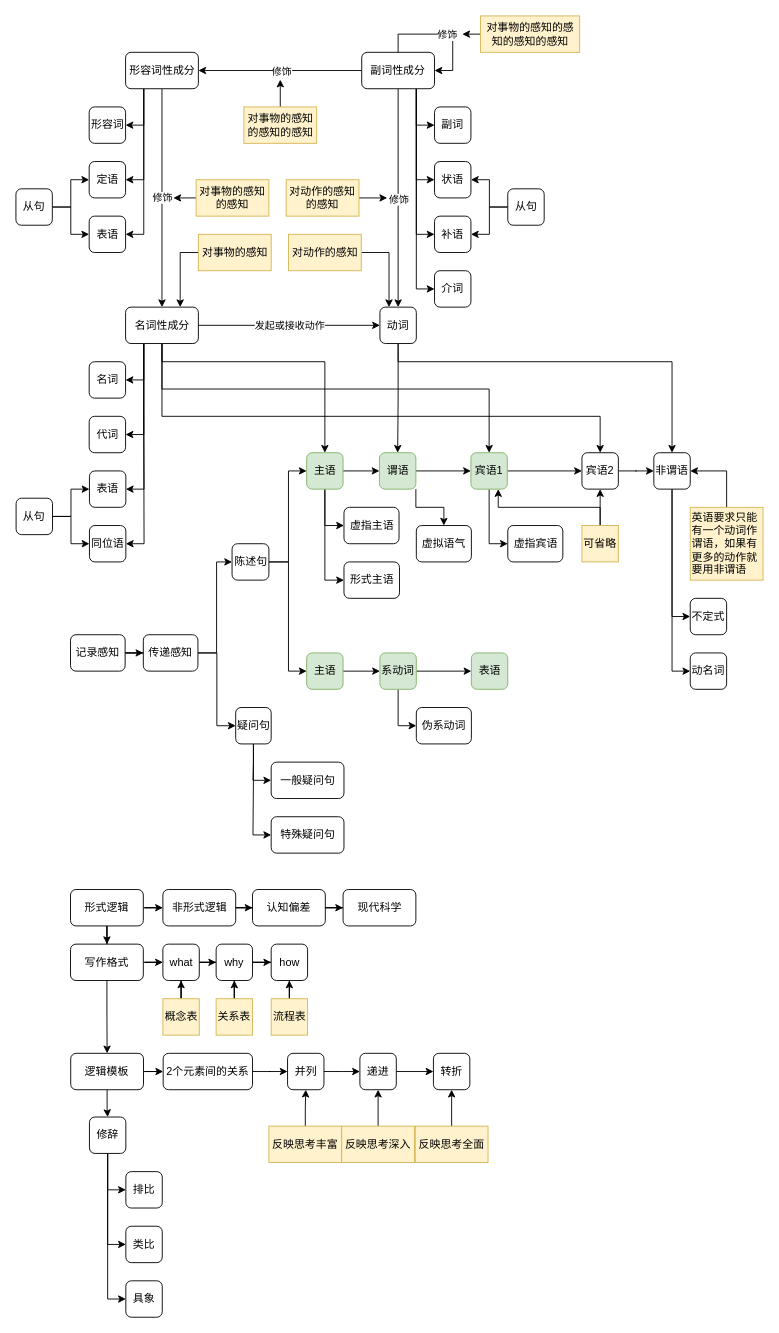
yanhanfrontend/draw.io.workspace keeps this draw.io diagram as 语言文字.drawio. Above is the earlier version. Source tidied: cells renumbered, new cells numbered last; positions are measured from the earlier drawing's top-left corner, leaving out a move shared by most shapes. Both pictures are drawn from the tidied source at 91%, with x=0, y=0 at pixel (15, 15).
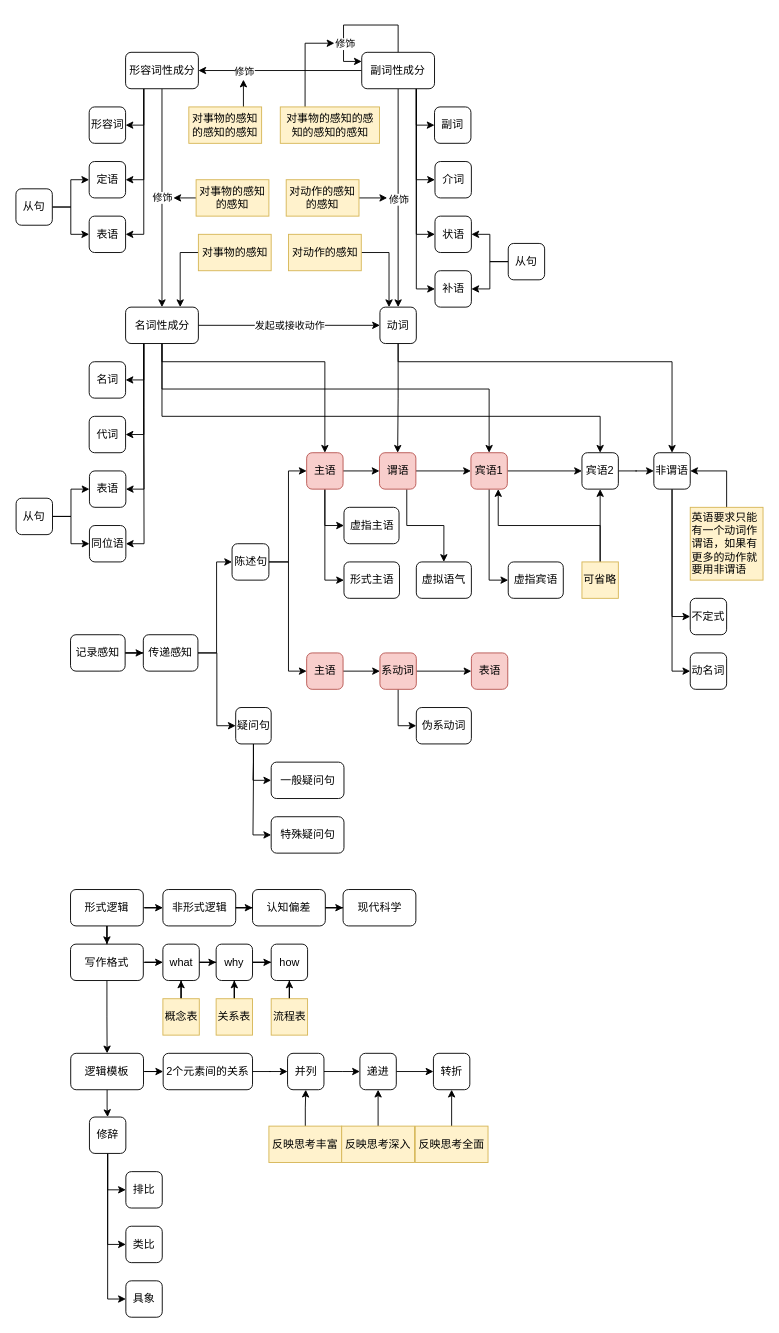
The same diagram, later.

Commit message:
更新语言文字.drawio

Unchanged cells that the change refers to:
```xml
<mxCell id="112" style="edgeStyle=orthogonalEdgeStyle;rounded=0;jettySize=auto;html=1;" parent="1" edge="1" source="118" target="111">
  <mxGeometry relative="1" as="geometry" />
</mxCell>
<mxCell id="118" value="副词性成分" style="rounded=1;whiteSpace=wrap;html=1;" parent="1" vertex="1">
  <mxGeometry x="380" y="40" width="80" height="40" as="geometry" />
</mxCell>
```

What changed in the source:
```diff
@@
-    <mxCell id="50" style="edgeStyle=orthogonalEdgeStyle;rounded=0;jettySize=auto;html=1;exitX=0.5;exitY=0;exitDx=0;exitDy=0;" parent="1" edge="1" source="51">
-      <mxGeometry relative="1" as="geometry">
-        <mxPoint x="290.5" y="70" as="targetPoint" />
-      </mxGeometry>
-    </mxCell>
+    <mxCell id="153" style="edgeStyle=orthogonalEdgeStyle;rounded=0;jettySize=auto;html=1;exitX=0.75;exitY=0;exitDx=0;exitDy=0;" parent="1" edge="1" source="51">
+      <mxGeometry relative="1" as="geometry">
+        <mxPoint x="250" y="70" as="targetPoint" />
+      </mxGeometry>
+    </mxCell>
     <mxCell id="51" value="对事物的感知的感知的感知" style="text;html=1;align=center;verticalAlign=middle;whiteSpace=wrap;rounded=0;fillColor=#fff2cc;strokeColor=#d6b656;" parent="1" vertex="1">
-      <mxGeometry x="250.5" y="100" width="80" height="40" as="geometry" />
+      <mxGeometry x="190" y="100" width="80" height="40" as="geometry" />
     </mxCell>
-    <mxCell id="52" style="edgeStyle=orthogonalEdgeStyle;rounded=0;jettySize=auto;html=1;exitX=0;exitY=0.5;exitDx=0;exitDy=0;" parent="1" edge="1" source="53">
+    <mxCell id="52" style="edgeStyle=orthogonalEdgeStyle;rounded=0;jettySize=auto;html=1;exitX=0.25;exitY=0;exitDx=0;exitDy=0;" parent="1" edge="1" source="53">
       <mxGeometry relative="1" as="geometry">
-        <mxPoint x="490.5" y="20" as="targetPoint" />
+        <mxPoint x="350" y="30" as="targetPoint" />
+        <Array as="points">
+          <mxPoint x="318" y="30" />
+          <mxPoint x="350" y="30" />
+        </Array>
       </mxGeometry>
     </mxCell>
     <mxCell id="53" value="对事物的感知的感知的感知的感知" style="text;html=1;align=center;verticalAlign=middle;whiteSpace=wrap;rounded=0;fillColor=#fff2cc;strokeColor=#d6b656;" parent="1" vertex="1">
-      <mxGeometry x="510.5" width="109" height="40" as="geometry" />
+      <mxGeometry x="290.5" y="100" width="109" height="40" as="geometry" />
     </mxCell>
@@
-    <mxCell id="67" value="主语" style="rounded=1;whiteSpace=wrap;html=1;fillColor=#d5e8d4;strokeColor=#82b366;" parent="1" vertex="1">
+    <mxCell id="67" value="主语" style="rounded=1;whiteSpace=wrap;html=1;fillColor=#f8cecc;strokeColor=#b85450;" parent="1" vertex="1">
       <mxGeometry x="319.5" y="480" width="40" height="40" as="geometry" />
     </mxCell>
@@
-    <mxCell id="69" style="edgeStyle=orthogonalEdgeStyle;rounded=0;jettySize=auto;html=1;exitX=1;exitY=1;exitDx=0;exitDy=0;entryX=0.5;entryY=0;entryDx=0;entryDy=0;" parent="1" edge="1" source="70" target="145">
+    <mxCell id="69" style="edgeStyle=orthogonalEdgeStyle;rounded=0;jettySize=auto;html=1;exitX=0.75;exitY=1;exitDx=0;exitDy=0;entryX=0.5;entryY=0;entryDx=0;entryDy=0;" parent="1" edge="1" source="70" target="145">
       <mxGeometry relative="1" as="geometry" />
     </mxCell>
-    <mxCell id="70" value="谓语" style="rounded=1;whiteSpace=wrap;html=1;fillColor=#d5e8d4;strokeColor=#82b366;" parent="1" vertex="1">
+    <mxCell id="70" value="谓语" style="rounded=1;whiteSpace=wrap;html=1;fillColor=#f8cecc;strokeColor=#b85450;" parent="1" vertex="1">
       <mxGeometry x="399.5" y="480" width="40" height="40" as="geometry" />
     </mxCell>
@@
-    <mxCell id="73" value="宾语1" style="rounded=1;whiteSpace=wrap;html=1;fillColor=#d5e8d4;strokeColor=#82b366;" parent="1" vertex="1">
+    <mxCell id="73" value="宾语1" style="rounded=1;whiteSpace=wrap;html=1;fillColor=#f8cecc;strokeColor=#b85450;" parent="1" vertex="1">
       <mxGeometry x="500" y="480" width="40" height="40" as="geometry" />
     </mxCell>
@@
     <mxCell id="78" value="可省略" style="text;html=1;align=left;verticalAlign=middle;whiteSpace=wrap;rounded=0;fillColor=#fff2cc;strokeColor=#d6b656;" parent="1" vertex="1">
-      <mxGeometry x="622" y="560" width="40" height="40" as="geometry" />
+      <mxGeometry x="622" y="600" width="40" height="40" as="geometry" />
     </mxCell>
@@
     <mxCell id="80" value="状语" style="rounded=1;whiteSpace=wrap;html=1;" parent="1" vertex="1">
-      <mxGeometry x="460" y="160" width="40" height="40" as="geometry" />
+      <mxGeometry x="460.5" y="220" width="40" height="40" as="geometry" />
     </mxCell>
@@
     <mxCell id="113" value="修饰" style="edgeLabel;html=1;align=center;verticalAlign=middle;" parent="112" vertex="1">
       <mxGeometry x="0.13" y="-3" relative="1" as="geometry">
-        <mxPoint x="12" y="3" as="offset" />
+        <mxPoint x="-29" y="3" as="offset" />
       </mxGeometry>
     </mxCell>
@@
+    <mxCell id="127" style="edgeStyle=orthogonalEdgeStyle;rounded=0;orthogonalLoop=1;jettySize=auto;html=1;exitX=0.5;exitY=0;exitDx=0;exitDy=0;entryX=0;entryY=0.25;entryDx=0;entryDy=0;" parent="1" edge="1" source="118" target="118">
+      <mxGeometry relative="1" as="geometry">
+        <Array as="points">
+          <mxPoint x="420" y="10" />
+          <mxPoint x="360" y="10" />
+          <mxPoint x="360" y="50" />
+        </Array>
+      </mxGeometry>
+    </mxCell>
+    <mxCell id="128" value="修饰" style="edgeLabel;html=1;align=center;verticalAlign=middle;" parent="127" vertex="1">
+      <mxGeometry x="-0.22" y="-1" relative="1" as="geometry">
+        <mxPoint x="-30" y="21" as="offset" />
+      </mxGeometry>
+    </mxCell>
@@
-    <mxCell id="127" style="edgeStyle=orthogonalEdgeStyle;rounded=0;orthogonalLoop=1;jettySize=auto;html=1;exitX=0.5;exitY=0;exitDx=0;exitDy=0;entryX=1;entryY=0.5;entryDx=0;entryDy=0;" parent="1" edge="1" source="118" target="118">
-      <mxGeometry relative="1" as="geometry" />
-    </mxCell>
-    <mxCell id="128" value="修饰" style="edgeLabel;html=1;align=center;verticalAlign=middle;" parent="127" vertex="1">
-      <mxGeometry x="0.04" relative="1" as="geometry" />
-    </mxCell>
@@
     <mxCell id="131" value="补语" style="rounded=1;whiteSpace=wrap;html=1;" parent="1" vertex="1">
-      <mxGeometry x="460" y="220" width="40" height="40" as="geometry" />
+      <mxGeometry x="460.5" y="280" width="40" height="40" as="geometry" />
     </mxCell>
@@
     <mxCell id="135" value="从句" style="rounded=1;whiteSpace=wrap;html=1;" parent="1" vertex="1">
-      <mxGeometry x="540.5" y="190" width="40" height="40" as="geometry" />
+      <mxGeometry x="541" y="250" width="40" height="40" as="geometry" />
     </mxCell>
@@
-    <mxCell id="140" value="主语" style="rounded=1;whiteSpace=wrap;html=1;fillColor=#d5e8d4;strokeColor=#82b366;" parent="1" vertex="1">
+    <mxCell id="140" value="主语" style="rounded=1;whiteSpace=wrap;html=1;fillColor=#f8cecc;strokeColor=#b85450;" parent="1" vertex="1">
       <mxGeometry x="319.5" y="700" width="40" height="40" as="geometry" />
     </mxCell>
@@
-    <mxCell id="143" value="系动词" style="rounded=1;whiteSpace=wrap;html=1;fillColor=#d5e8d4;strokeColor=#82b366;" parent="1" vertex="1">
+    <mxCell id="143" value="系动词" style="rounded=1;whiteSpace=wrap;html=1;fillColor=#f8cecc;strokeColor=#b85450;" parent="1" vertex="1">
       <mxGeometry x="400" y="700" width="40" height="40" as="geometry" />
     </mxCell>
-    <mxCell id="144" value="表语" style="rounded=1;whiteSpace=wrap;html=1;fillColor=#d5e8d4;strokeColor=#82b366;" parent="1" vertex="1">
+    <mxCell id="144" value="表语" style="rounded=1;whiteSpace=wrap;html=1;fillColor=#f8cecc;strokeColor=#b85450;" parent="1" vertex="1">
       <mxGeometry x="500.5" y="700" width="40" height="40" as="geometry" />
     </mxCell>
     <mxCell id="145" value="虚拟语气" style="rounded=1;whiteSpace=wrap;html=1;" parent="1" vertex="1">
-      <mxGeometry x="440" y="560" width="60.5" height="40" as="geometry" />
+      <mxGeometry x="440" y="600" width="60.5" height="40" as="geometry" />
     </mxCell>
     <mxCell id="146" value="介词" style="rounded=1;whiteSpace=wrap;html=1;" parent="1" vertex="1">
-      <mxGeometry x="460" y="280" width="40" height="40" as="geometry" />
+      <mxGeometry x="460.5" y="160" width="40" height="40" as="geometry" />
     </mxCell>
@@
     <mxCell id="149" value="&lt;span style=&quot;text-align: left;&quot;&gt;虚指宾语&lt;/span&gt;" style="rounded=1;whiteSpace=wrap;html=1;" parent="1" vertex="1">
-      <mxGeometry x="540.5" y="560" width="60.5" height="40" as="geometry" />
+      <mxGeometry x="541" y="600" width="60.5" height="40" as="geometry" />
     </mxCell>
```
